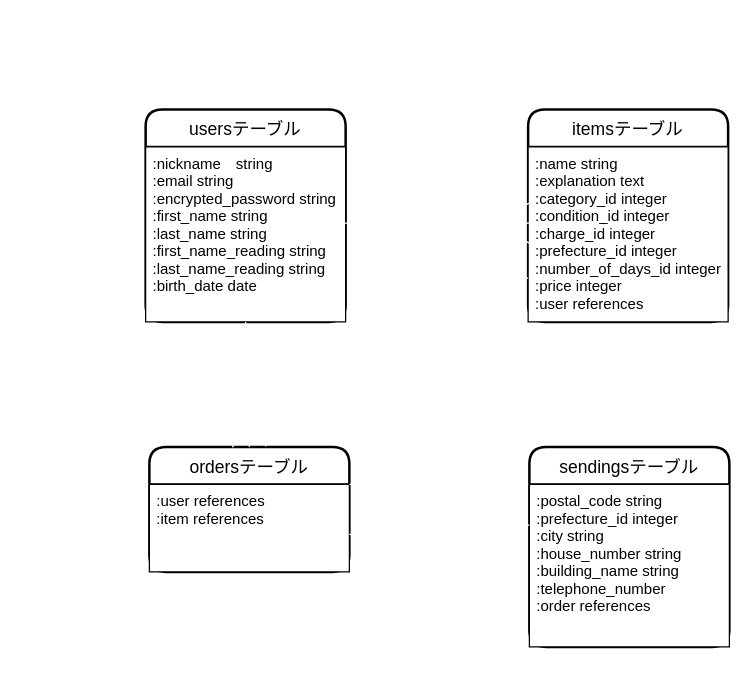
Before: furima.dio in takonushi/furima-37206, a draw.io diagram. Source tidied: cells renumbered, new cells numbered last; positions are measured from the earlier drawing's top-left corner, leaving out a move shared by most shapes. Both pictures are drawn from the tidied source at 125%, with x=0, y=0 at pixel (145, 109).
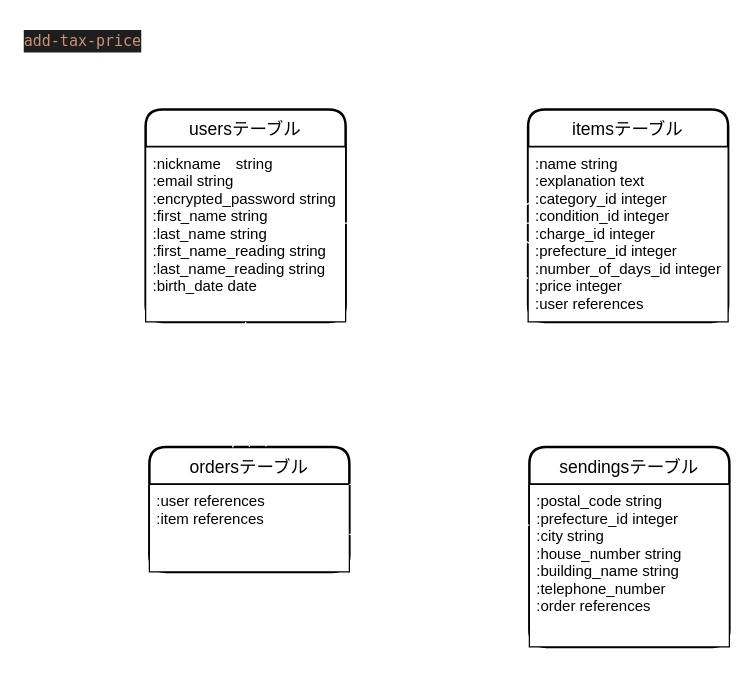
After the change.

Diff of the diagram source:
```diff
@@
 <mxGraphModel>
   <root>
     <mxCell id="0" />
     <mxCell id="1" parent="0" />
     <mxCell id="2" value="usersテーブル" style="swimlane;horizontal=1;startSize=30;rounded=1;fontSize=14;fontStyle=0;strokeWidth=2;shadow=0;dashed=0;align=center;" parent="1" vertex="1">
       <mxGeometry width="160" height="170" as="geometry" />
     </mxCell>
     <mxCell id="3" value=":nickname　string&#10;:email string&#10;:encrypted_password string&#10;:first_name string&#10;:last_name string&#10;:first_name_reading string&#10;:last_name_reading string&#10;:birth_date date" style="align=left;spacingLeft=4;fontSize=12;verticalAlign=top;" parent="2" vertex="1">
       <mxGeometry y="30" width="160" height="140" as="geometry" />
     </mxCell>
     <mxCell id="4" style="edgeStyle=orthogonalEdgeStyle;rounded=0;orthogonalLoop=1;jettySize=auto;html=1;exitX=0.5;exitY=1;exitDx=0;exitDy=0;" parent="2" edge="1" source="3" target="3">
       <mxGeometry relative="1" as="geometry" />
     </mxCell>
     <mxCell id="5" value="itemsテーブル" style="swimlane;horizontal=1;startSize=30;rounded=1;fontSize=14;fontStyle=0;strokeWidth=2;shadow=0;dashed=0;align=center;" parent="1" vertex="1">
       <mxGeometry x="306" width="160" height="170" as="geometry" />
     </mxCell>
     <mxCell id="6" value=":name string&#10;:explanation text&#10;:category_id integer&#10;:condition_id integer&#10;:charge_id integer&#10;:prefecture_id integer&#10;:number_of_days_id integer&#10;:price integer&#10;:user references" style="align=left;spacingLeft=4;fontSize=12;verticalAlign=top;" parent="5" vertex="1">
       <mxGeometry y="30" width="160" height="140" as="geometry" />
     </mxCell>
     <mxCell id="7" style="edgeStyle=orthogonalEdgeStyle;rounded=0;orthogonalLoop=1;jettySize=auto;html=1;exitX=0.5;exitY=1;exitDx=0;exitDy=0;" parent="5" edge="1" source="6" target="6">
       <mxGeometry relative="1" as="geometry" />
     </mxCell>
     <mxCell id="8" style="edgeStyle=entityRelationEdgeStyle;fontSize=12;html=1;endArrow=ERoneToMany;rounded=0;exitX=0.994;exitY=0.436;exitDx=0;exitDy=0;exitPerimeter=0;entryX=0.006;entryY=0.436;entryDx=0;entryDy=0;entryPerimeter=0;endSize=30;strokeColor=#FFFFFF;" parent="1" edge="1" source="3" target="6">
       <mxGeometry relative="1" as="geometry" />
     </mxCell>
     <mxCell id="9" value="ordersテーブル" style="swimlane;horizontal=1;startSize=30;rounded=1;fontSize=14;fontStyle=0;strokeWidth=2;shadow=0;dashed=0;align=center;" parent="1" vertex="1">
       <mxGeometry x="3" y="270" width="160" height="100" as="geometry" />
     </mxCell>
     <mxCell id="10" value=":user references&#10;:item references" style="align=left;spacingLeft=4;fontSize=12;verticalAlign=top;" parent="9" vertex="1">
       <mxGeometry y="30" width="160" height="70" as="geometry" />
     </mxCell>
     <mxCell id="11" style="edgeStyle=orthogonalEdgeStyle;rounded=0;orthogonalLoop=1;jettySize=auto;html=1;exitX=0.5;exitY=1;exitDx=0;exitDy=0;" parent="9" edge="1" source="10" target="10">
       <mxGeometry relative="1" as="geometry" />
     </mxCell>
     <mxCell id="12" value="sendingsテーブル" style="swimlane;horizontal=1;startSize=30;rounded=1;fontSize=14;fontStyle=0;strokeWidth=2;shadow=0;dashed=0;align=center;" parent="1" vertex="1">
       <mxGeometry x="307" y="270" width="160" height="160" as="geometry" />
     </mxCell>
     <mxCell id="13" value=":postal_code string&#10;:prefecture_id integer&#10;:city string&#10;:house_number string&#10;:building_name string&#10;:telephone_number&#10;:order references" style="align=left;spacingLeft=4;fontSize=12;verticalAlign=top;" parent="12" vertex="1">
       <mxGeometry y="30" width="160" height="130" as="geometry" />
     </mxCell>
     <mxCell id="14" style="edgeStyle=orthogonalEdgeStyle;rounded=0;orthogonalLoop=1;jettySize=auto;html=1;exitX=0.5;exitY=1;exitDx=0;exitDy=0;" parent="12" edge="1" source="13" target="13">
       <mxGeometry relative="1" as="geometry" />
     </mxCell>
     <mxCell id="15" style="edgeStyle=entityRelationEdgeStyle;fontSize=12;html=1;endArrow=ERmandOne;startArrow=ERmandOne;exitX=1;exitY=0;exitDx=0;exitDy=0;endSize=25;startSize=25;entryX=0;entryY=0.75;entryDx=0;entryDy=0;strokeColor=#FFFFFF;" parent="1" edge="1" source="10" target="6">
       <mxGeometry relative="1" as="geometry" />
     </mxCell>
     <mxCell id="16" style="edgeStyle=entityRelationEdgeStyle;fontSize=12;html=1;endArrow=ERmandOne;startArrow=ERmandOne;startSize=25;endSize=25;entryX=0;entryY=0.25;entryDx=0;entryDy=0;strokeColor=#FFFFFF;" parent="1" edge="1" target="13">
       <mxGeometry relative="1" as="geometry">
         <mxPoint x="163" y="340" as="sourcePoint" />
       </mxGeometry>
     </mxCell>
     <mxCell id="17" style="edgeStyle=none;html=1;exitX=0.5;exitY=1;exitDx=0;exitDy=0;entryX=0.5;entryY=0;entryDx=0;entryDy=0;startSize=25;endSize=25;endArrow=ERoneToMany;endFill=0;strokeColor=#FFFFFF;" parent="1" edge="1" source="3" target="9">
       <mxGeometry relative="1" as="geometry" />
     </mxCell>
+    <mxCell id="18" value="&lt;div style=&quot;color: rgb(212, 212, 212); background-color: rgb(30, 30, 30); font-family: menlo, monaco, &amp;quot;courier new&amp;quot;, monospace; font-weight: normal; font-size: 12px; line-height: 18px;&quot;&gt;&lt;div&gt;&lt;span style=&quot;color: #ce9178&quot;&gt;add-tax-price&lt;/span&gt;&lt;/div&gt;&lt;/div&gt;" style="text;whiteSpace=wrap;html=1;" parent="1" vertex="1">
+      <mxGeometry x="-99" y="-70" width="120" height="30" as="geometry" />
+    </mxCell>
   </root>
 </mxGraphModel>
```
